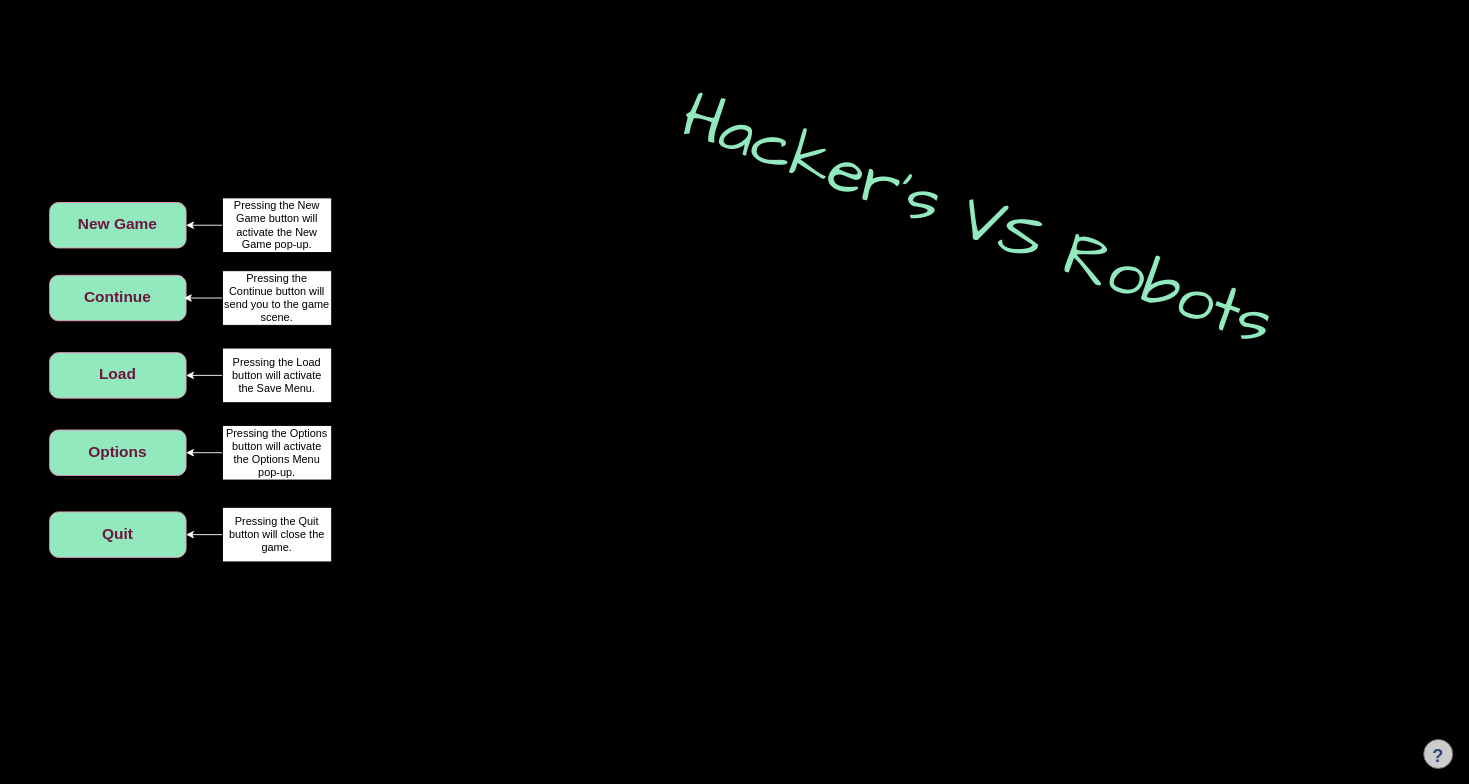
Above: page "Main" (1 of 5) of Informational Technology (Game Design)/Part 2/Cluster - UI Production/Build graphical user interfaces/GUI Design By Richard.drawio in Stampard0/Assessments (draw.io), before the change. Source tidied: cells renumbered, new cells numbered last; positions are measured from the earlier drawing's top-left corner, leaving out a move shared by most shapes. Both pictures are drawn from the tidied source at 91%, with x=0, y=0 at pixel (49, 175).
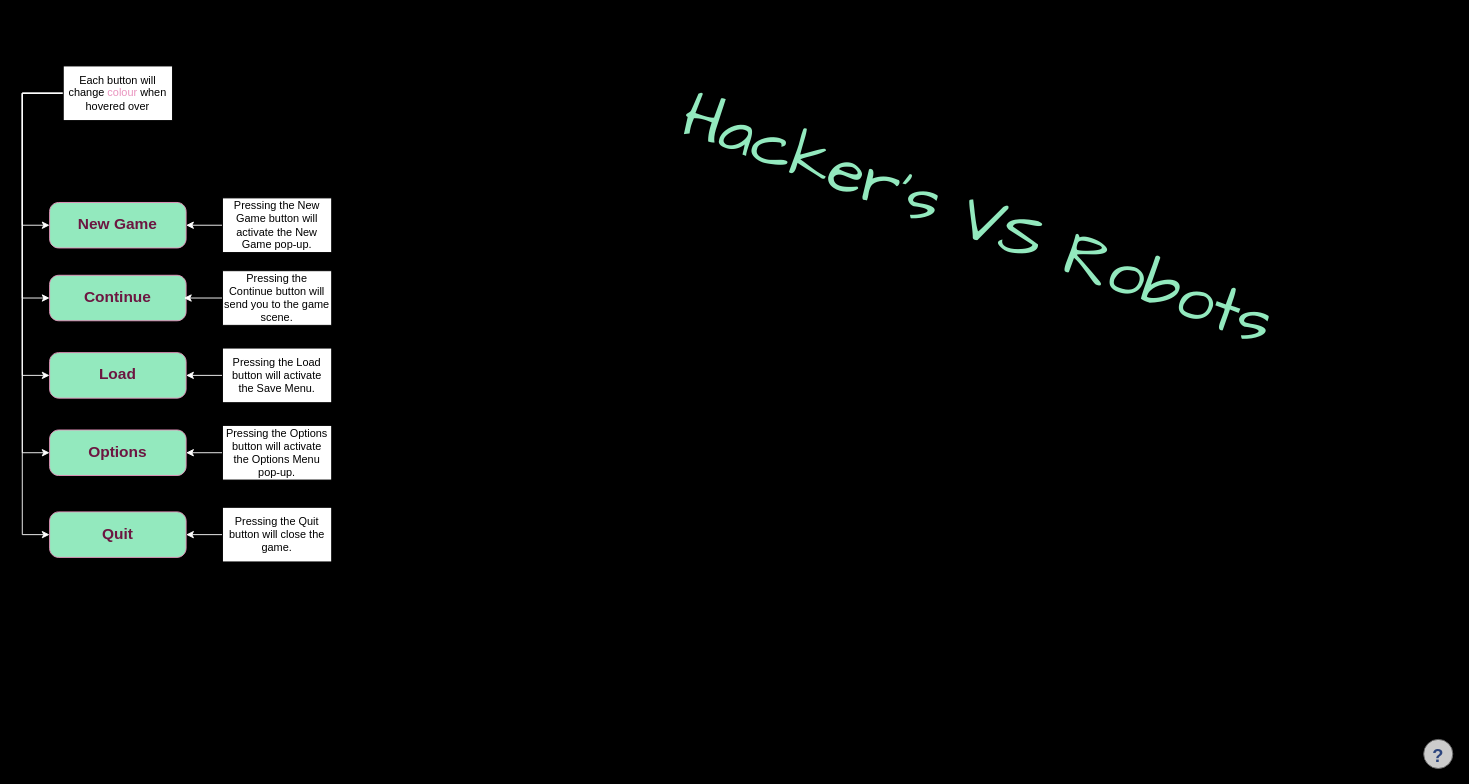
Above is the later version.

The change refers to these unchanged cells:
```xml
<mxCell id="2" value="&lt;font color=&quot;#6c1641&quot;&gt;Options&lt;/font&gt;" style="strokeWidth=1;shadow=0;dashed=0;align=center;html=1;shape=mxgraph.mockup.buttons.button;strokeColor=#E993BE;fontColor=#ffffff;mainText=;buttonStyle=round;fontSize=17;fontStyle=1;fillColor=#93E9BE;whiteSpace=wrap;" parent="1" vertex="1">
  <mxGeometry y="280" width="150" height="50" as="geometry" />
</mxCell>
<mxCell id="4" value="&lt;font color=&quot;#6c1641&quot;&gt;Load&lt;/font&gt;" style="strokeWidth=1;shadow=0;dashed=0;align=center;html=1;shape=mxgraph.mockup.buttons.button;strokeColor=#E993BE;fontColor=#ffffff;mainText=;buttonStyle=round;fontSize=17;fontStyle=1;fillColor=#93E9BE;whiteSpace=wrap;" parent="1" vertex="1">
  <mxGeometry y="195" width="150" height="50" as="geometry" />
</mxCell>
<mxCell id="5" value="&lt;font color=&quot;#6c1641&quot;&gt;Continue&lt;/font&gt;" style="strokeWidth=1;shadow=1;dashed=0;align=center;html=1;shape=mxgraph.mockup.buttons.button;strokeColor=#E993BE;fontColor=#ffffff;mainText=;buttonStyle=round;fontSize=17;fontStyle=1;fillColor=#93E9BE;whiteSpace=wrap;" parent="1" vertex="1">
  <mxGeometry y="110" width="150" height="50" as="geometry" />
</mxCell>
<mxCell id="6" value="&lt;font color=&quot;#6c1641&quot;&gt;New Game&lt;/font&gt;" style="strokeWidth=1;shadow=0;dashed=0;align=center;html=1;shape=mxgraph.mockup.buttons.button;strokeColor=#E993BE;fontColor=#ffffff;mainText=;buttonStyle=round;fontSize=17;fontStyle=1;fillColor=#93E9BE;whiteSpace=wrap;" parent="1" vertex="1">
  <mxGeometry y="30" width="150" height="50" as="geometry" />
</mxCell>
<mxCell id="7" value="&lt;font color=&quot;#6c1641&quot;&gt;Quit&lt;/font&gt;" style="strokeWidth=1;shadow=0;dashed=0;align=center;html=1;shape=mxgraph.mockup.buttons.button;strokeColor=#E993BE;fontColor=#ffffff;mainText=;buttonStyle=round;fontSize=17;fontStyle=1;fillColor=#93E9BE;whiteSpace=wrap;" parent="1" vertex="1">
  <mxGeometry y="370" width="150" height="50" as="geometry" />
</mxCell>
```

Change to the diagram source:
```diff
@@
+    <mxCell id="19" style="edgeStyle=orthogonalEdgeStyle;rounded=0;jettySize=auto;html=1;exitX=0;exitY=0.5;exitDx=0;exitDy=0;fontColor=#E993BE;strokeColor=#FFFFFF;" parent="1" edge="1" source="24" target="7">
+      <mxGeometry relative="1" as="geometry">
+        <Array as="points">
+          <mxPoint x="-30" y="-90" />
+          <mxPoint x="-30" y="395" />
+        </Array>
+      </mxGeometry>
+    </mxCell>
+    <mxCell id="20" style="edgeStyle=orthogonalEdgeStyle;rounded=0;jettySize=auto;html=1;exitX=0;exitY=0.5;exitDx=0;exitDy=0;fontColor=#E993BE;strokeColor=#FFFFFF;" parent="1" edge="1" source="24" target="2">
+      <mxGeometry relative="1" as="geometry">
+        <Array as="points">
+          <mxPoint x="-30" y="-90" />
+          <mxPoint x="-30" y="305" />
+        </Array>
+      </mxGeometry>
+    </mxCell>
+    <mxCell id="21" style="edgeStyle=orthogonalEdgeStyle;rounded=0;jettySize=auto;html=1;exitX=0;exitY=0.5;exitDx=0;exitDy=0;fontColor=#E993BE;strokeColor=#FFFFFF;" parent="1" edge="1" source="24" target="4">
+      <mxGeometry relative="1" as="geometry">
+        <Array as="points">
+          <mxPoint x="-30" y="-90" />
+          <mxPoint x="-30" y="220" />
+        </Array>
+      </mxGeometry>
+    </mxCell>
+    <mxCell id="22" style="edgeStyle=orthogonalEdgeStyle;rounded=0;jettySize=auto;html=1;exitX=0;exitY=0.5;exitDx=0;exitDy=0;fontColor=#E993BE;strokeColor=#FFFFFF;" parent="1" edge="1" source="24" target="5">
+      <mxGeometry relative="1" as="geometry">
+        <Array as="points">
+          <mxPoint x="-30" y="-90" />
+          <mxPoint x="-30" y="135" />
+        </Array>
+      </mxGeometry>
+    </mxCell>
+    <mxCell id="23" style="edgeStyle=orthogonalEdgeStyle;rounded=0;jettySize=auto;html=1;exitX=0;exitY=0.5;exitDx=0;exitDy=0;fontColor=#E993BE;strokeColor=#FFFFFF;" parent="1" edge="1" source="24" target="6">
+      <mxGeometry relative="1" as="geometry">
+        <Array as="points">
+          <mxPoint x="-30" y="-90" />
+          <mxPoint x="-30" y="55" />
+        </Array>
+      </mxGeometry>
+    </mxCell>
+    <mxCell id="24" value="Each button will change &lt;font color=&quot;#e993be&quot;&gt;colour&lt;/font&gt; when hovered over" style="rounded=0;whiteSpace=wrap;html=1;" parent="1" vertex="1">
+      <mxGeometry x="15" y="-120" width="120" height="60" as="geometry" />
+    </mxCell>
```
